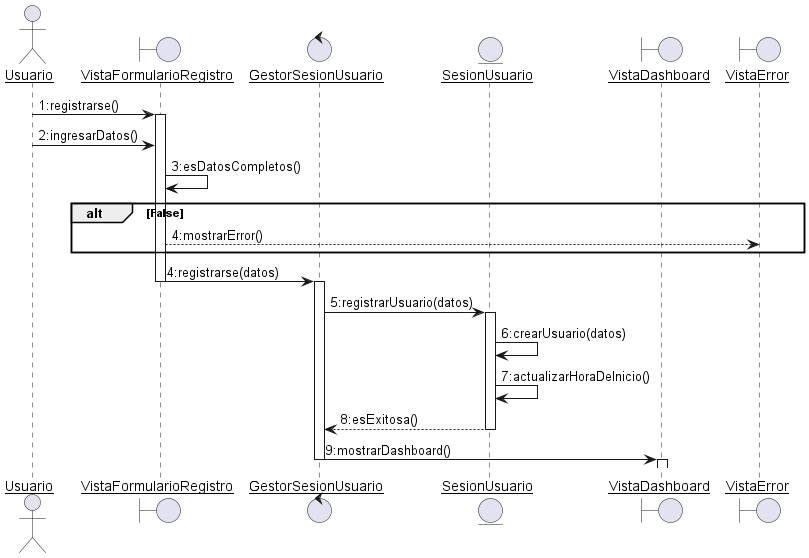
Earlier version of the PlantUML export docs/scenariosView/DisciplinaDeDisenio/DiagramaDeSecuenciaRegistrarse.png (Samantha-Ramirez/ProyectoEquipo7ING).
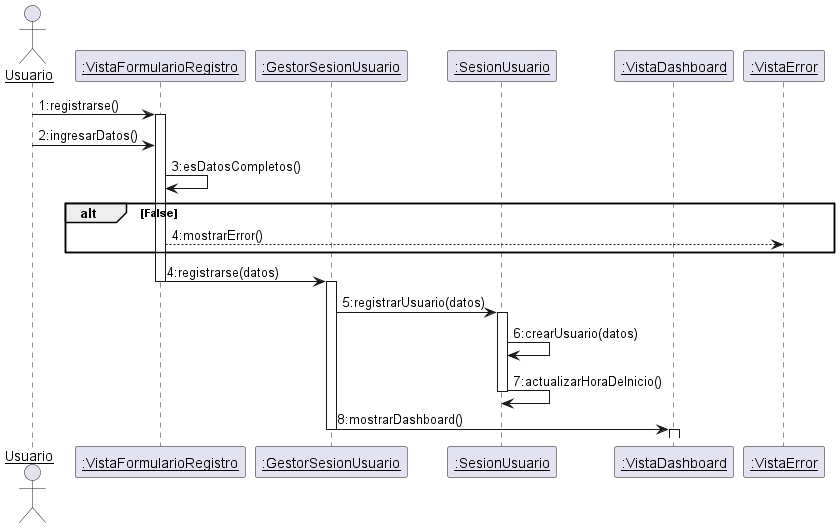
The same diagram one commit later.

Diff of the diagram source:
```diff
@@ -2,11 +2,11 @@
 skinparam sequenceParticipant underline
 
 actor Usuario
-boundary VistaFormularioRegistro
-control GestorSesionUsuario
-entity SesionUsuario
-boundary VistaDashboard
-boundary VistaError
+participant ":VistaFormularioRegistro" as VistaFormularioRegistro
+participant ":GestorSesionUsuario" as GestorSesionUsuario
+participant ":SesionUsuario" as SesionUsuario
+participant ":VistaDashboard" as VistaDashboard
+participant ":VistaError" as VistaError
 
 
 Usuario -> VistaFormularioRegistro : 1:registrarse()
@@ -23,9 +23,8 @@
 activate SesionUsuario
 SesionUsuario -> SesionUsuario : 6:crearUsuario(datos)
 SesionUsuario -> SesionUsuario : 7:actualizarHoraDeInicio()
-SesionUsuario --> GestorSesionUsuario : 8:esExitosa()
 deactivate SesionUsuario
-GestorSesionUsuario -> VistaDashboard : 9:mostrarDashboard()
+GestorSesionUsuario -> VistaDashboard : 8:mostrarDashboard()
 deactivate GestorSesionUsuario
 activate VistaDashboard
 deactivate VistaDashboard
```
